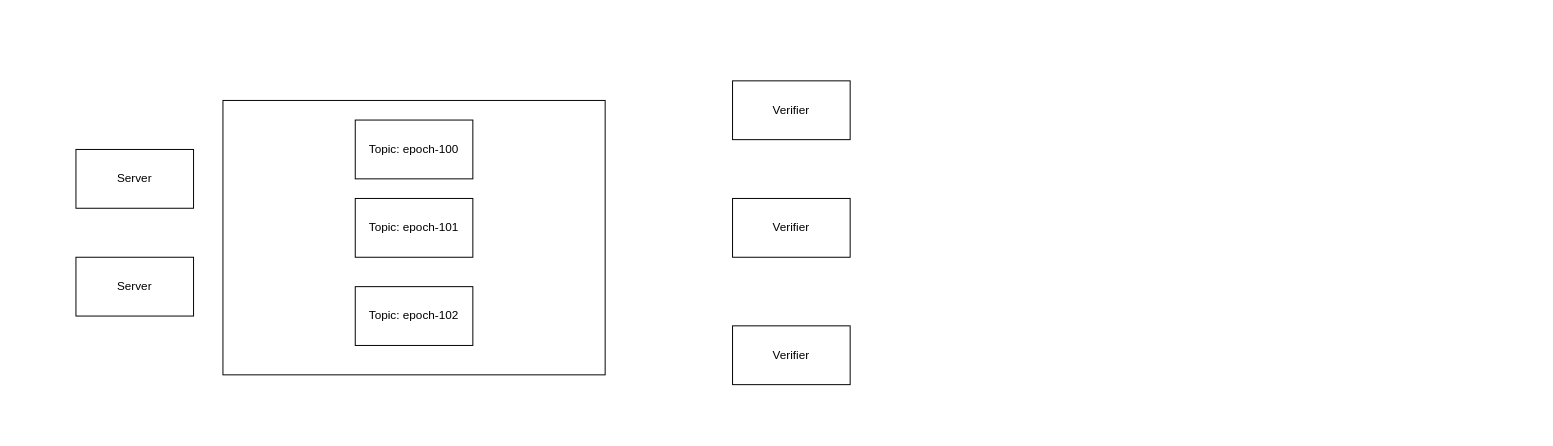
Above: Untitled Diagram.drawio in ghostant-1017/draw-io (draw.io), before the change. Source tidied: cells renumbered, new cells numbered last; positions are measured from the earlier drawing's top-left corner, leaving out a move shared by most shapes. Both pictures are drawn from the tidied source at 98%, with x=0, y=0 at pixel (75, 80).
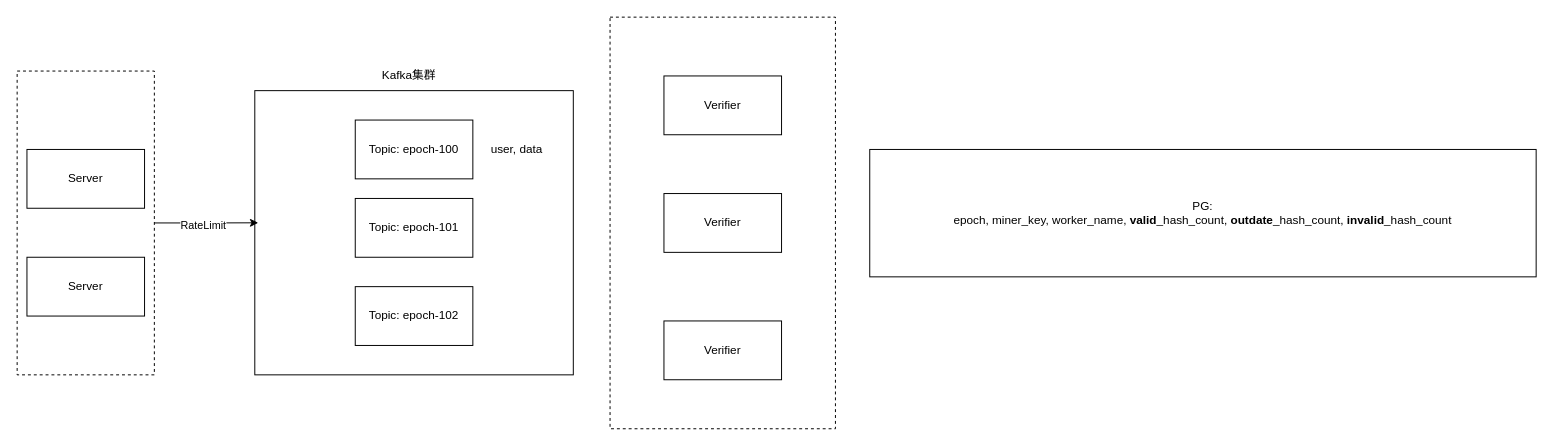
Above is the later version.

The edit, as a diff of the source:
```diff
@@
 <mxGraphModel>
   <root>
     <mxCell id="0" />
     <mxCell id="1" parent="0" />
+    <mxCell id="11" style="rounded=0;whiteSpace=wrap;html=1;dashed=1;" parent="1" vertex="1">
+      <mxGeometry x="545" y="-65" width="230" height="420" as="geometry" />
+    </mxCell>
+    <mxCell id="12" style="rounded=0;whiteSpace=wrap;html=1;dashed=1;" parent="1" vertex="1">
+      <mxGeometry x="-60" y="-10" width="140" height="310" as="geometry" />
+    </mxCell>
     <mxCell id="2" value="Server" style="rounded=0;whiteSpace=wrap;html=1;" parent="1" vertex="1">
-      <mxGeometry y="70" width="120" height="60" as="geometry" />
+      <mxGeometry x="-50" y="70" width="120" height="60" as="geometry" />
     </mxCell>
     <mxCell id="3" value="Server" style="rounded=0;whiteSpace=wrap;html=1;" parent="1" vertex="1">
-      <mxGeometry y="180" width="120" height="60" as="geometry" />
+      <mxGeometry x="-50" y="180" width="120" height="60" as="geometry" />
     </mxCell>
     <mxCell id="4" style="rounded=0;whiteSpace=wrap;html=1;" parent="1" vertex="1">
-      <mxGeometry x="150" y="20" width="390" height="280" as="geometry" />
+      <mxGeometry x="182.5" y="10" width="325" height="290" as="geometry" />
     </mxCell>
     <mxCell id="5" value="Topic: epoch-100" style="whiteSpace=wrap;html=1;" parent="1" vertex="1">
       <mxGeometry x="285" y="40" width="120" height="60" as="geometry" />
     </mxCell>
     <mxCell id="6" value="Topic: epoch-101" style="whiteSpace=wrap;html=1;" parent="1" vertex="1">
       <mxGeometry x="285" y="120" width="120" height="60" as="geometry" />
     </mxCell>
     <mxCell id="7" value="Topic: epoch-102" style="whiteSpace=wrap;html=1;" parent="1" vertex="1">
       <mxGeometry x="285" y="210" width="120" height="60" as="geometry" />
     </mxCell>
     <mxCell id="8" value="Verifier" style="rounded=0;whiteSpace=wrap;html=1;" parent="1" vertex="1">
-      <mxGeometry x="670" width="120" height="60" as="geometry" />
+      <mxGeometry x="600" y="-5" width="120" height="60" as="geometry" />
     </mxCell>
     <mxCell id="9" value="Verifier" style="rounded=0;whiteSpace=wrap;html=1;" parent="1" vertex="1">
-      <mxGeometry x="670" y="120" width="120" height="60" as="geometry" />
+      <mxGeometry x="600" y="115" width="120" height="60" as="geometry" />
     </mxCell>
     <mxCell id="10" value="Verifier" style="rounded=0;whiteSpace=wrap;html=1;" parent="1" vertex="1">
-      <mxGeometry x="670" y="250" width="120" height="60" as="geometry" />
+      <mxGeometry x="600" y="245" width="120" height="60" as="geometry" />
     </mxCell>
+    <mxCell id="13" value="&lt;div&gt;PG:&lt;/div&gt;epoch, miner_key, worker_name, &lt;b&gt;valid&lt;/b&gt;_hash_count, &lt;b&gt;outdate&lt;/b&gt;_hash_count, &lt;b&gt;invalid&lt;/b&gt;_hash_count" style="rounded=0;whiteSpace=wrap;html=1;" parent="1" vertex="1">
+      <mxGeometry x="810" y="70" width="680" height="130" as="geometry" />
+    </mxCell>
+    <mxCell id="14" value="user, data" style="text;html=1;align=center;verticalAlign=middle;whiteSpace=wrap;rounded=0;" parent="1" vertex="1">
+      <mxGeometry x="420" y="55" width="60" height="30" as="geometry" />
+    </mxCell>
+    <mxCell id="15" style="edgeStyle=orthogonalEdgeStyle;rounded=0;jettySize=auto;html=1;exitX=1;exitY=0.5;exitDx=0;exitDy=0;entryX=0.011;entryY=0.465;entryDx=0;entryDy=0;entryPerimeter=0;" parent="1" edge="1" source="12" target="4">
+      <mxGeometry relative="1" as="geometry" />
+    </mxCell>
+    <mxCell id="16" value="RateLimit" style="edgeLabel;html=1;align=center;verticalAlign=middle;" parent="15" vertex="1">
+      <mxGeometry x="-0.03" y="-3" relative="1" as="geometry">
+        <mxPoint x="-1" as="offset" />
+      </mxGeometry>
+    </mxCell>
+    <mxCell id="17" value="Kafka集群" style="text;html=1;align=center;verticalAlign=middle;whiteSpace=wrap;rounded=0;" parent="1" vertex="1">
+      <mxGeometry x="310" y="-20" width="60" height="30" as="geometry" />
+    </mxCell>
   </root>
 </mxGraphModel>
```
